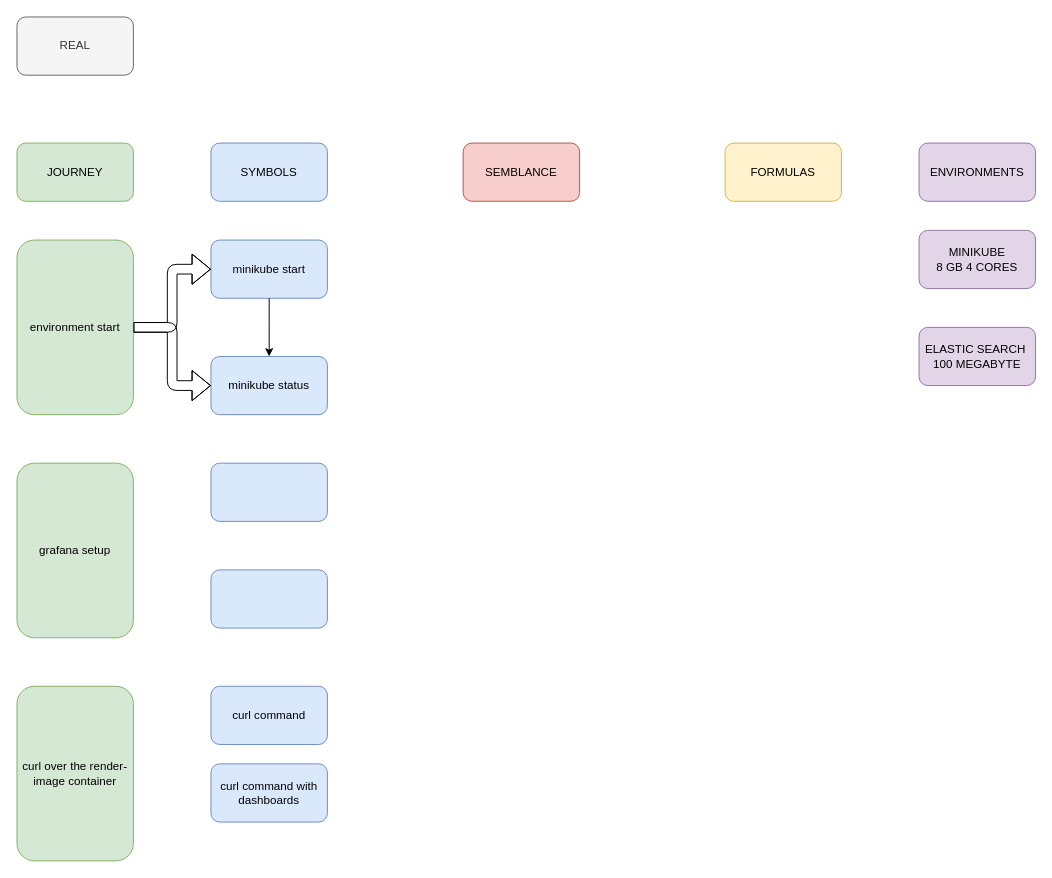
Before: 1_Journey/1.5_DrawIo.grafana_automation.drawio in JPHardy/grafana-automation, a draw.io diagram. Source tidied: cells renumbered, new cells numbered last; positions are measured from the earlier drawing's top-left corner, leaving out a move shared by most shapes. Both pictures are drawn from the tidied source at 97%, with x=0, y=0 at pixel (16, 16).
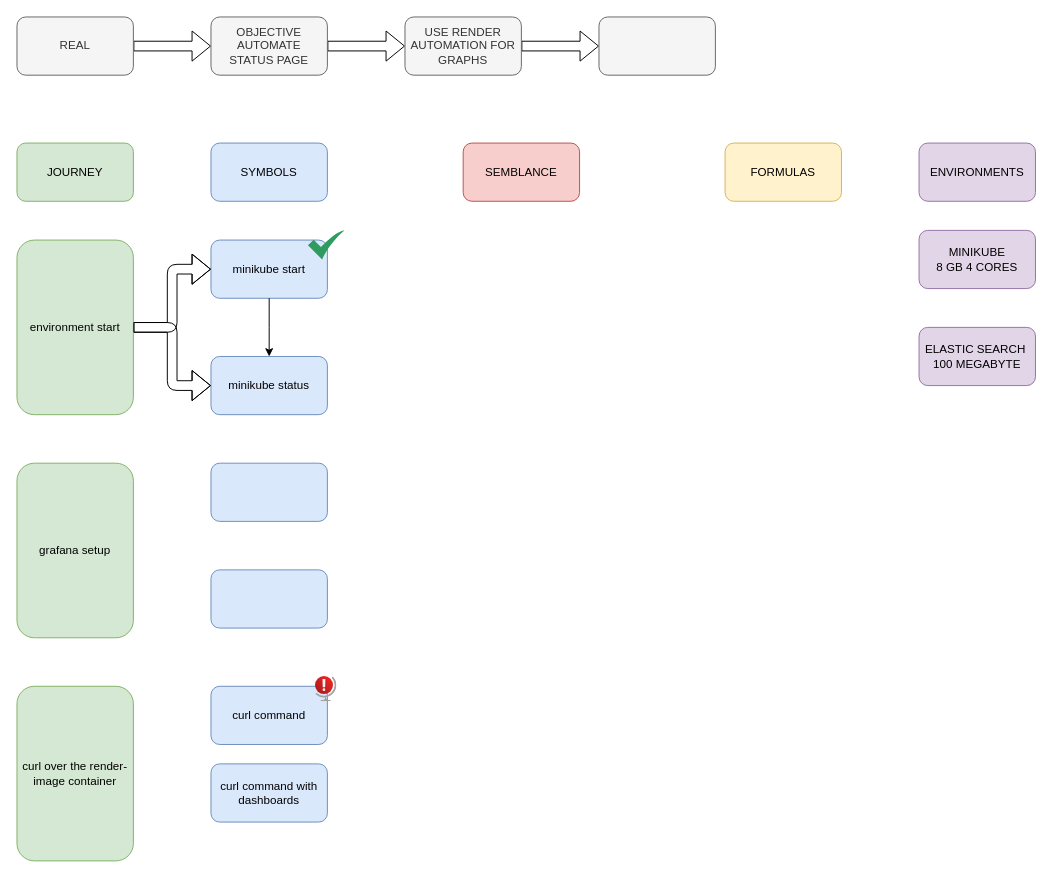
Above is the later version.

The change refers to these unchanged cells:
```xml
<mxCell id="21" value="REAL" style="rounded=1;whiteSpace=wrap;html=1;fillColor=#f5f5f5;strokeColor=#666666;fontColor=#333333;" parent="1" vertex="1">
  <mxGeometry width="120" height="60" as="geometry" />
</mxCell>
```

Diff of the diagram source:
```diff
@@
+    <mxCell id="22" style="edgeStyle=orthogonalEdgeStyle;shape=flexArrow;html=1;" parent="1" edge="1" source="21" target="24">
+      <mxGeometry relative="1" as="geometry" />
+    </mxCell>
@@
+    <mxCell id="23" style="edgeStyle=orthogonalEdgeStyle;shape=flexArrow;html=1;" parent="1" edge="1" source="24" target="26">
+      <mxGeometry relative="1" as="geometry" />
+    </mxCell>
+    <mxCell id="24" value="OBJECTIVE&lt;br&gt;AUTOMATE&lt;br&gt;STATUS PAGE" style="whiteSpace=wrap;html=1;fillColor=#f5f5f5;strokeColor=#666666;fontColor=#333333;rounded=1;" parent="1" vertex="1">
+      <mxGeometry x="200" width="120" height="60" as="geometry" />
+    </mxCell>
+    <mxCell id="25" style="edgeStyle=orthogonalEdgeStyle;shape=flexArrow;html=1;" parent="1" edge="1" source="26" target="27">
+      <mxGeometry relative="1" as="geometry" />
+    </mxCell>
+    <mxCell id="26" value="USE RENDER AUTOMATION FOR GRAPHS" style="whiteSpace=wrap;html=1;fillColor=#f5f5f5;strokeColor=#666666;fontColor=#333333;rounded=1;" parent="1" vertex="1">
+      <mxGeometry x="400" width="120" height="60" as="geometry" />
+    </mxCell>
+    <mxCell id="27" style="whiteSpace=wrap;html=1;fillColor=#f5f5f5;strokeColor=#666666;fontColor=#333333;rounded=1;" parent="1" vertex="1">
+      <mxGeometry x="600" width="120" height="60" as="geometry" />
+    </mxCell>
+    <mxCell id="28" style="sketch=0;html=1;strokeColor=none;shadow=0;align=center;verticalAlign=top;fillColor=#2D9C5E;shape=mxgraph.gcp2.check;" parent="1" vertex="1">
+      <mxGeometry x="300" y="220" width="37.5" height="30" as="geometry" />
+    </mxCell>
+    <mxCell id="29" style="html=1;align=center;image;fontSize=12;image=img/lib/azure2/general/Globe_Error.svg;" parent="1" vertex="1">
+      <mxGeometry x="307.7" y="680" width="22.1" height="26" as="geometry" />
+    </mxCell>
```
